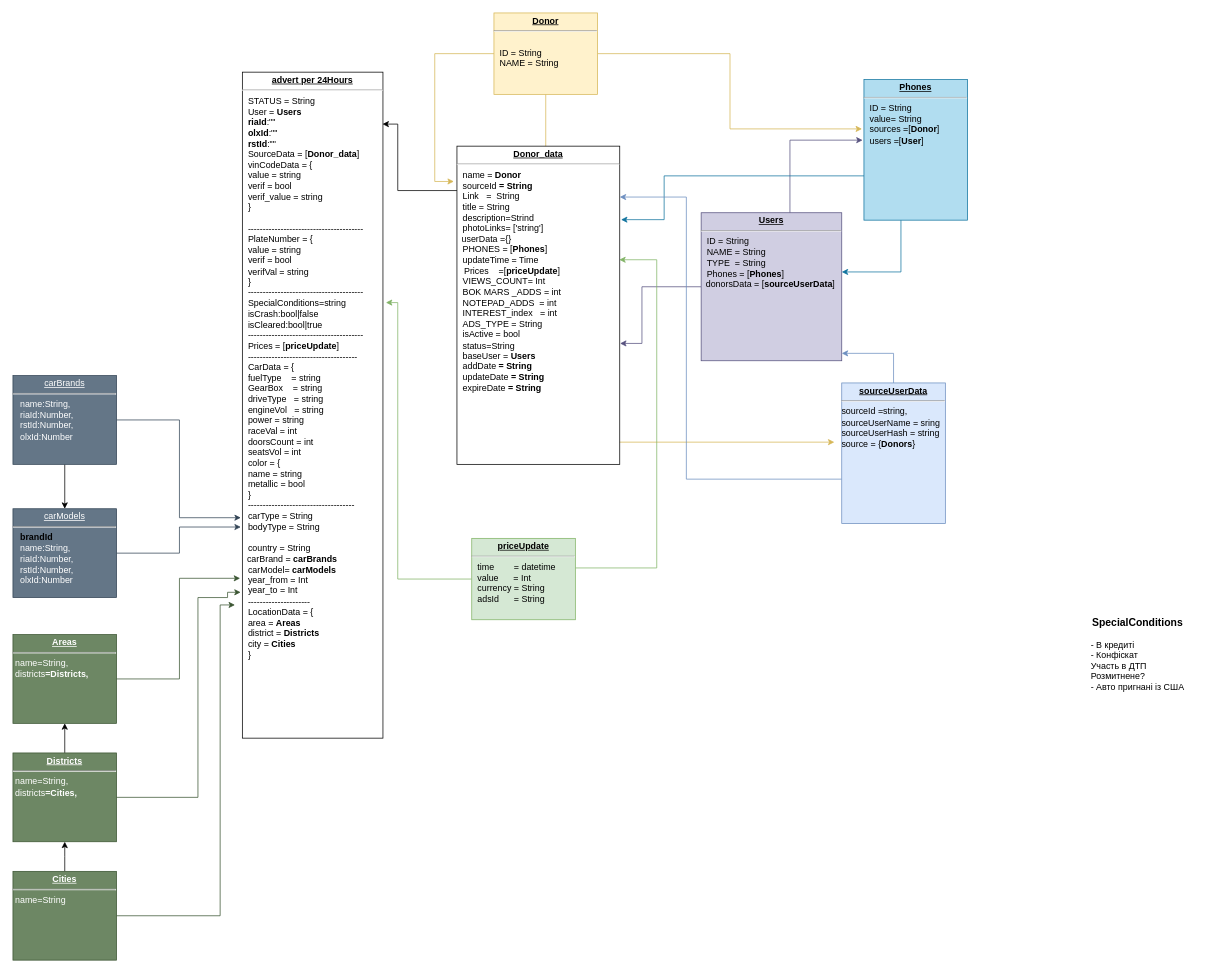
Dromich/car_dog_diagram keeps this draw.io diagram as .drawio. Above is the earlier version. Source tidied: cells renumbered, new cells numbered last; positions are measured from the earlier drawing's top-left corner, leaving out a move shared by most shapes. Both pictures are drawn from the tidied source at 74%, with x=0, y=0 at pixel (13, 13).
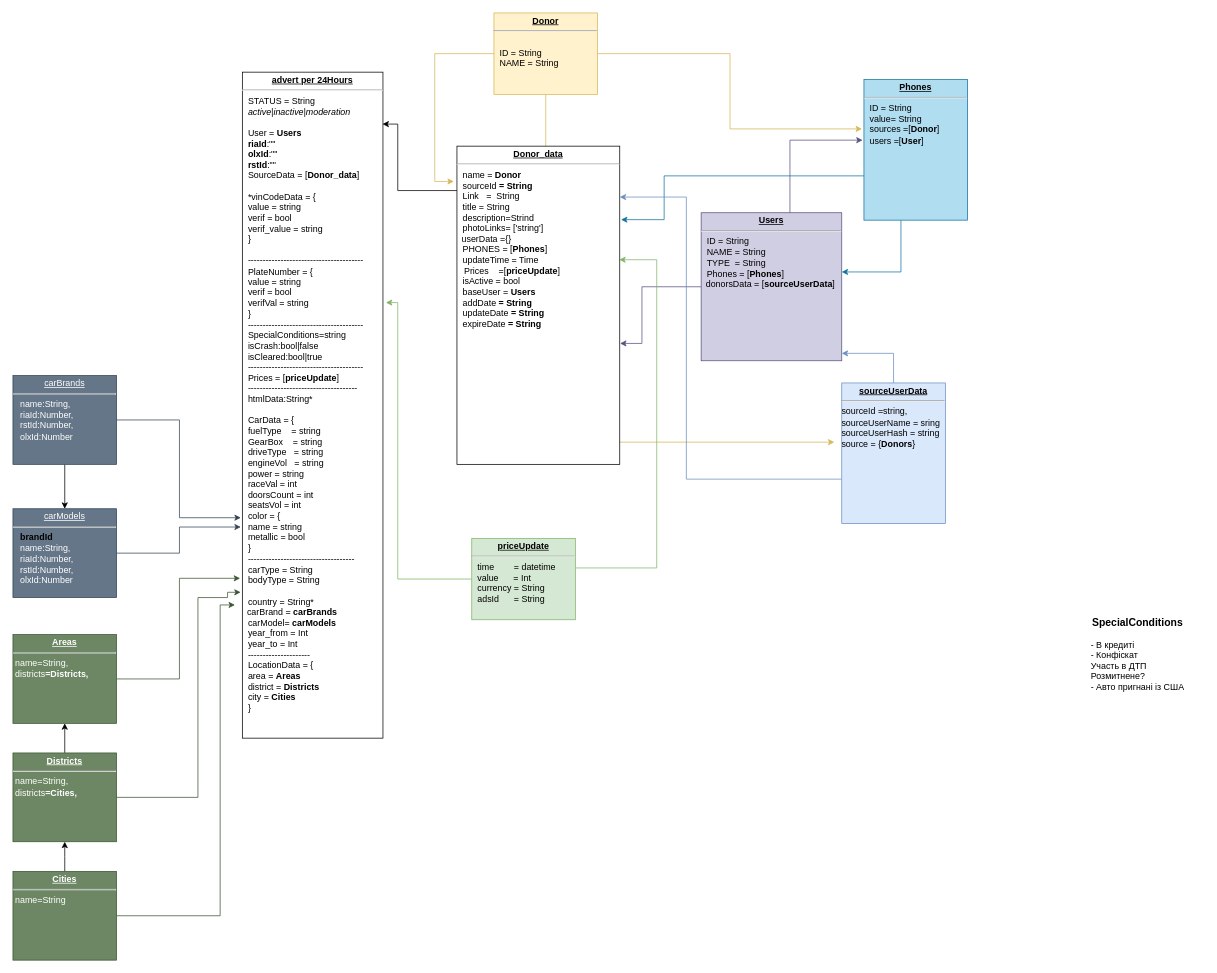
The same diagram, later.

Diff of the diagram source:
```diff
@@
-    <mxCell id="2" value="&lt;p style=&quot;margin: 0px ; margin-top: 4px ; text-align: center ; text-decoration: underline&quot;&gt;&lt;b&gt;advert per 24Hours&lt;/b&gt;&lt;br&gt;&lt;/p&gt;&lt;hr&gt;&lt;p style=&quot;margin: 0px ; margin-left: 8px&quot;&gt;STATUS = String&lt;br&gt;&lt;/p&gt;&lt;p style=&quot;margin: 0px ; margin-left: 8px&quot;&gt;User = &lt;b&gt;Users&lt;/b&gt;&lt;/p&gt;&lt;p style=&quot;margin: 0px ; margin-left: 8px&quot;&gt;&lt;b&gt;riaId&lt;/b&gt;:&quot;&quot;&lt;/p&gt;&lt;p style=&quot;margin: 0px ; margin-left: 8px&quot;&gt;&lt;b&gt;olxId&lt;/b&gt;:&quot;&quot;&lt;/p&gt;&lt;p style=&quot;margin: 0px ; margin-left: 8px&quot;&gt;&lt;b&gt;rstId&lt;/b&gt;:&quot;&quot;&lt;br&gt;&lt;/p&gt;&lt;p style=&quot;margin: 0px ; margin-left: 8px&quot;&gt;SourceData = [&lt;b&gt;Donor_data&lt;/b&gt;]&lt;br&gt;&lt;/p&gt;&lt;p style=&quot;margin: 0px ; margin-left: 8px&quot;&gt;vinCodeData = {&lt;/p&gt;&lt;p style=&quot;margin: 0px ; margin-left: 8px&quot;&gt;&lt;span&gt; &lt;span&gt; &lt;/span&gt;value = string&lt;br&gt;&lt;span&gt; &lt;/span&gt;&lt;span&gt; &lt;/span&gt;verif   = bool&lt;/span&gt;&lt;/p&gt;&lt;p style=&quot;margin: 0px ; margin-left: 8px&quot;&gt;&lt;span&gt;&lt;span&gt; &lt;/span&gt;verif_value = string&lt;br&gt;&lt;/span&gt;&lt;/p&gt;&lt;p style=&quot;margin: 0px ; margin-left: 8px&quot;&gt;&lt;span&gt;&lt;span&gt; &lt;/span&gt;&lt;span&gt; &lt;/span&gt;}&lt;/span&gt;&lt;/p&gt;&lt;p style=&quot;margin: 0px ; margin-left: 8px&quot;&gt;&lt;br&gt;&lt;/p&gt;&lt;p style=&quot;margin: 0px ; margin-left: 8px&quot;&gt;&lt;span&gt;---------------------------------------&lt;br&gt;&lt;/span&gt;&lt;/p&gt;&lt;p style=&quot;margin: 0px ; margin-left: 8px&quot;&gt;PlateNumber = {&lt;/p&gt;&lt;p style=&quot;margin: 0px ; margin-left: 8px&quot;&gt;&lt;span&gt; &lt;/span&gt;value = string&lt;br&gt;&lt;span&gt; &lt;/span&gt;verif = bool&lt;br&gt;&lt;span&gt; &lt;/span&gt;verifVal = string&lt;br&gt;&lt;/p&gt;&lt;p style=&quot;margin: 0px ; margin-left: 8px&quot;&gt;&lt;span&gt; &lt;/span&gt;}&lt;/p&gt;&lt;p style=&quot;margin: 0px ; margin-left: 8px&quot;&gt;---------------------------------------&lt;br&gt;&lt;/p&gt;&lt;p style=&quot;margin: 0px 0px 0px 8px&quot;&gt;SpecialСonditions=string&lt;/p&gt;&lt;p style=&quot;margin: 0px 0px 0px 8px&quot;&gt;isCrash:bool|false&lt;/p&gt;&lt;p style=&quot;margin: 0px 0px 0px 8px&quot;&gt;isCleared:bool|true&lt;br&gt;&lt;/p&gt;&lt;p style=&quot;margin: 0px ; margin-left: 8px&quot;&gt;---------------------------------------&lt;br&gt;&lt;/p&gt;&lt;p style=&quot;margin: 0px ; margin-left: 8px&quot;&gt;Prices = [&lt;b&gt;priceUpdate&lt;/b&gt;]&lt;br&gt;&lt;/p&gt;&lt;p style=&quot;margin: 0px ; margin-left: 8px&quot;&gt;-------------------------------------&lt;/p&gt;&lt;p style=&quot;margin: 0px ; margin-left: 8px&quot;&gt;CarData = {&lt;/p&gt;&lt;p style=&quot;margin: 0px ; margin-left: 8px&quot;&gt;&lt;span&gt; &lt;/span&gt;fuelType&amp;nbsp;&amp;nbsp;&amp;nbsp; = string&lt;/p&gt;&lt;p style=&quot;margin: 0px ; margin-left: 8px&quot;&gt;GearBox&amp;nbsp;&amp;nbsp;&amp;nbsp; = string&lt;/p&gt;&lt;p style=&quot;margin: 0px ; margin-left: 8px&quot;&gt;driveType&amp;nbsp;&amp;nbsp; = string&lt;/p&gt;&lt;p style=&quot;margin: 0px ; margin-left: 8px&quot;&gt;engineVol&amp;nbsp;&amp;nbsp; = string&lt;/p&gt;&lt;p style=&quot;margin: 0px ; margin-left: 8px&quot;&gt;power = string&lt;br&gt;&lt;/p&gt;&lt;p style=&quot;margin: 0px ; margin-left: 8px&quot;&gt;raceVal = int&lt;/p&gt;&lt;p style=&quot;margin: 0px ; margin-left: 8px&quot;&gt;doorsCount = int&lt;/p&gt;&lt;p style=&quot;margin: 0px ; margin-left: 8px&quot;&gt;seatsVol = int&lt;/p&gt;&lt;p style=&quot;margin: 0px ; margin-left: 8px&quot;&gt;color = {&lt;/p&gt;&lt;p style=&quot;margin: 0px ; margin-left: 8px&quot;&gt;name = string&lt;/p&gt;&lt;p style=&quot;margin: 0px ; margin-left: 8px&quot;&gt;metallic = bool&lt;br&gt;&lt;/p&gt;&lt;p style=&quot;margin: 0px ; margin-left: 8px&quot;&gt;}&lt;/p&gt;&lt;p style=&quot;margin: 0px ; margin-left: 8px&quot;&gt;------------------------------------&lt;/p&gt;&lt;p style=&quot;margin: 0px ; margin-left: 8px&quot;&gt;&lt;span style=&quot;background-color: rgb(255 , 255 , 255)&quot;&gt;carType = String&lt;/span&gt;&lt;/p&gt;&lt;p style=&quot;margin: 0px ; margin-left: 8px&quot;&gt;bodyType = String&lt;/p&gt;&lt;p style=&quot;margin: 0px ; margin-left: 8px&quot;&gt;&lt;br&gt;&lt;/p&gt;&lt;p style=&quot;margin: 0px ; margin-left: 8px&quot;&gt;country = String&lt;/p&gt;&amp;nbsp; carBrand = &lt;b&gt;carBrands&lt;/b&gt;&lt;br&gt;&lt;p style=&quot;margin: 0px ; margin-left: 8px&quot;&gt;carModel= &lt;b&gt;carModels&lt;/b&gt;&lt;br&gt;&lt;/p&gt;&lt;p style=&quot;margin: 0px ; margin-left: 8px&quot;&gt;year_from = Int&lt;/p&gt;&lt;p style=&quot;margin: 0px ; margin-left: 8px&quot;&gt;year_to = Int&lt;/p&gt;&lt;p style=&quot;margin: 0px ; margin-left: 8px&quot;&gt;&lt;span&gt; &lt;/span&gt;---------------------&lt;/p&gt;&lt;p style=&quot;margin: 0px ; margin-left: 8px&quot;&gt;LocationData = {&lt;/p&gt;&lt;p style=&quot;margin: 0px ; margin-left: 8px&quot;&gt;area = &lt;b&gt;Areas&lt;/b&gt;&lt;br&gt;&lt;/p&gt;&lt;p style=&quot;margin: 0px ; margin-left: 8px&quot;&gt;district = &lt;b&gt;Districts&lt;/b&gt;&lt;br&gt;&lt;/p&gt;&lt;p style=&quot;margin: 0px ; margin-left: 8px&quot;&gt;city = &lt;b&gt;Cities&lt;/b&gt;&lt;br&gt;&lt;/p&gt;&lt;p style=&quot;margin: 0px ; margin-left: 8px&quot;&gt;}&lt;/p&gt;&lt;p style=&quot;margin: 0px ; margin-left: 8px&quot;&gt;&lt;br&gt;&lt;/p&gt;&lt;p style=&quot;margin: 0px ; margin-left: 8px&quot;&gt;&lt;br&gt;&lt;/p&gt;&lt;p style=&quot;margin: 0px ; margin-left: 8px&quot;&gt;&lt;br&gt;&lt;/p&gt;&lt;p style=&quot;margin: 0px ; margin-left: 8px&quot;&gt;&lt;br&gt;&lt;/p&gt;&lt;p style=&quot;margin: 0px ; margin-left: 8px&quot;&gt;&lt;br&gt;&lt;/p&gt;&lt;p style=&quot;margin: 0px ; margin-left: 8px&quot;&gt;&lt;br&gt;&lt;/p&gt;" style="verticalAlign=top;align=left;overflow=fill;fontSize=12;fontFamily=Helvetica;html=1;rounded=0;shadow=0;comic=0;labelBackgroundColor=none;strokeWidth=1;" parent="1" vertex="1">
+    <mxCell id="2" value="&lt;p style=&quot;margin: 0px ; margin-top: 4px ; text-align: center ; text-decoration: underline&quot;&gt;&lt;b&gt;advert per 24Hours&lt;/b&gt;&lt;br&gt;&lt;/p&gt;&lt;hr&gt;&lt;p style=&quot;margin: 0px ; margin-left: 8px&quot;&gt;STATUS = String &lt;br&gt;&lt;/p&gt;&lt;p style=&quot;margin: 0px ; margin-left: 8px&quot;&gt;&lt;i&gt;active|inactive|moderation&lt;/i&gt;&lt;br&gt;&lt;/p&gt;&lt;p style=&quot;margin: 0px ; margin-left: 8px&quot;&gt;&lt;br&gt;&lt;/p&gt;&lt;p style=&quot;margin: 0px ; margin-left: 8px&quot;&gt;User = &lt;b&gt;Users&lt;/b&gt;&lt;/p&gt;&lt;p style=&quot;margin: 0px ; margin-left: 8px&quot;&gt;&lt;b&gt;riaId&lt;/b&gt;:&quot;&quot;&lt;/p&gt;&lt;p style=&quot;margin: 0px ; margin-left: 8px&quot;&gt;&lt;b&gt;olxId&lt;/b&gt;:&quot;&quot;&lt;/p&gt;&lt;p style=&quot;margin: 0px ; margin-left: 8px&quot;&gt;&lt;b&gt;rstId&lt;/b&gt;:&quot;&quot;&lt;br&gt;&lt;/p&gt;&lt;p style=&quot;margin: 0px ; margin-left: 8px&quot;&gt;SourceData = [&lt;b&gt;Donor_data&lt;/b&gt;]&lt;br&gt;&lt;/p&gt;&lt;p style=&quot;margin: 0px ; margin-left: 8px&quot;&gt;&lt;br&gt;&lt;/p&gt;&lt;p style=&quot;margin: 0px ; margin-left: 8px&quot;&gt;*vinCodeData = {&lt;/p&gt;&lt;p style=&quot;margin: 0px ; margin-left: 8px&quot;&gt;&lt;span&gt; &lt;span&gt; &lt;/span&gt;value = string&lt;br&gt;&lt;span&gt; &lt;/span&gt;&lt;span&gt; &lt;/span&gt;verif   = bool&lt;/span&gt;&lt;/p&gt;&lt;p style=&quot;margin: 0px ; margin-left: 8px&quot;&gt;&lt;span&gt;&lt;span&gt; &lt;/span&gt;verif_value = string&lt;br&gt;&lt;/span&gt;&lt;/p&gt;&lt;p style=&quot;margin: 0px ; margin-left: 8px&quot;&gt;&lt;span&gt;&lt;span&gt; &lt;/span&gt;&lt;span&gt; &lt;/span&gt;}&lt;/span&gt;&lt;/p&gt;&lt;p style=&quot;margin: 0px ; margin-left: 8px&quot;&gt;&lt;br&gt;&lt;/p&gt;&lt;p style=&quot;margin: 0px ; margin-left: 8px&quot;&gt;&lt;span&gt;---------------------------------------&lt;br&gt;&lt;/span&gt;&lt;/p&gt;&lt;p style=&quot;margin: 0px ; margin-left: 8px&quot;&gt;PlateNumber = {&lt;/p&gt;&lt;p style=&quot;margin: 0px ; margin-left: 8px&quot;&gt;&lt;span&gt; &lt;/span&gt;value = string&lt;br&gt;&lt;span&gt; &lt;/span&gt;verif = bool&lt;br&gt;&lt;span&gt; &lt;/span&gt;verifVal = string&lt;br&gt;&lt;/p&gt;&lt;p style=&quot;margin: 0px ; margin-left: 8px&quot;&gt;&lt;span&gt; &lt;/span&gt;}&lt;/p&gt;&lt;p style=&quot;margin: 0px ; margin-left: 8px&quot;&gt;---------------------------------------&lt;br&gt;&lt;/p&gt;&lt;p style=&quot;margin: 0px 0px 0px 8px&quot;&gt;SpecialСonditions=string&lt;/p&gt;&lt;p style=&quot;margin: 0px 0px 0px 8px&quot;&gt;isCrash:bool|false&lt;/p&gt;&lt;p style=&quot;margin: 0px 0px 0px 8px&quot;&gt;isCleared:bool|true&lt;br&gt;&lt;/p&gt;&lt;p style=&quot;margin: 0px ; margin-left: 8px&quot;&gt;---------------------------------------&lt;br&gt;&lt;/p&gt;&lt;p style=&quot;margin: 0px ; margin-left: 8px&quot;&gt;Prices = [&lt;b&gt;priceUpdate&lt;/b&gt;]&lt;br&gt;&lt;/p&gt;&lt;p style=&quot;margin: 0px ; margin-left: 8px&quot;&gt;-------------------------------------&lt;/p&gt;&lt;p style=&quot;margin: 0px ; margin-left: 8px&quot;&gt;htmlData:String*&lt;/p&gt;&lt;p style=&quot;margin: 0px ; margin-left: 8px&quot;&gt;&lt;br&gt;&lt;/p&gt;&lt;p style=&quot;margin: 0px ; margin-left: 8px&quot;&gt;CarData = {&lt;/p&gt;&lt;p style=&quot;margin: 0px ; margin-left: 8px&quot;&gt;&lt;span&gt; &lt;/span&gt;fuelType&amp;nbsp;&amp;nbsp;&amp;nbsp; = string&lt;/p&gt;&lt;p style=&quot;margin: 0px ; margin-left: 8px&quot;&gt;GearBox&amp;nbsp;&amp;nbsp;&amp;nbsp; = string&lt;/p&gt;&lt;p style=&quot;margin: 0px ; margin-left: 8px&quot;&gt;driveType&amp;nbsp;&amp;nbsp; = string&lt;/p&gt;&lt;p style=&quot;margin: 0px ; margin-left: 8px&quot;&gt;engineVol&amp;nbsp;&amp;nbsp; = string&lt;/p&gt;&lt;p style=&quot;margin: 0px ; margin-left: 8px&quot;&gt;power = string&lt;br&gt;&lt;/p&gt;&lt;p style=&quot;margin: 0px ; margin-left: 8px&quot;&gt;raceVal = int&lt;/p&gt;&lt;p style=&quot;margin: 0px ; margin-left: 8px&quot;&gt;doorsCount = int&lt;/p&gt;&lt;p style=&quot;margin: 0px ; margin-left: 8px&quot;&gt;seatsVol = int&lt;/p&gt;&lt;p style=&quot;margin: 0px ; margin-left: 8px&quot;&gt;color = {&lt;/p&gt;&lt;p style=&quot;margin: 0px ; margin-left: 8px&quot;&gt;name = string&lt;/p&gt;&lt;p style=&quot;margin: 0px ; margin-left: 8px&quot;&gt;metallic = bool&lt;br&gt;&lt;/p&gt;&lt;p style=&quot;margin: 0px ; margin-left: 8px&quot;&gt;}&lt;/p&gt;&lt;p style=&quot;margin: 0px ; margin-left: 8px&quot;&gt;------------------------------------&lt;/p&gt;&lt;p style=&quot;margin: 0px ; margin-left: 8px&quot;&gt;&lt;span style=&quot;background-color: rgb(255 , 255 , 255)&quot;&gt;carType = String&lt;/span&gt;&lt;/p&gt;&lt;p style=&quot;margin: 0px ; margin-left: 8px&quot;&gt;bodyType = String&lt;/p&gt;&lt;p style=&quot;margin: 0px ; margin-left: 8px&quot;&gt;&lt;br&gt;&lt;/p&gt;&lt;p style=&quot;margin: 0px ; margin-left: 8px&quot;&gt;country = String*&lt;/p&gt;&amp;nbsp; carBrand = &lt;b&gt;carBrands&lt;/b&gt;&lt;br&gt;&lt;p style=&quot;margin: 0px ; margin-left: 8px&quot;&gt;carModel= &lt;b&gt;carModels&lt;/b&gt;&lt;br&gt;&lt;/p&gt;&lt;p style=&quot;margin: 0px ; margin-left: 8px&quot;&gt;year_from = Int&lt;/p&gt;&lt;p style=&quot;margin: 0px ; margin-left: 8px&quot;&gt;year_to = Int&lt;/p&gt;&lt;p style=&quot;margin: 0px ; margin-left: 8px&quot;&gt;&lt;span&gt; &lt;/span&gt;---------------------&lt;/p&gt;&lt;p style=&quot;margin: 0px ; margin-left: 8px&quot;&gt;LocationData = {&lt;/p&gt;&lt;p style=&quot;margin: 0px ; margin-left: 8px&quot;&gt;area = &lt;b&gt;Areas&lt;/b&gt;&lt;br&gt;&lt;/p&gt;&lt;p style=&quot;margin: 0px ; margin-left: 8px&quot;&gt;district = &lt;b&gt;Districts&lt;/b&gt;&lt;br&gt;&lt;/p&gt;&lt;p style=&quot;margin: 0px ; margin-left: 8px&quot;&gt;city = &lt;b&gt;Cities&lt;/b&gt;&lt;br&gt;&lt;/p&gt;&lt;p style=&quot;margin: 0px ; margin-left: 8px&quot;&gt;}&lt;/p&gt;&lt;p style=&quot;margin: 0px ; margin-left: 8px&quot;&gt;&lt;br&gt;&lt;/p&gt;&lt;p style=&quot;margin: 0px ; margin-left: 8px&quot;&gt;&lt;br&gt;&lt;/p&gt;&lt;p style=&quot;margin: 0px ; margin-left: 8px&quot;&gt;&lt;br&gt;&lt;/p&gt;&lt;p style=&quot;margin: 0px ; margin-left: 8px&quot;&gt;&lt;br&gt;&lt;/p&gt;&lt;p style=&quot;margin: 0px ; margin-left: 8px&quot;&gt;&lt;br&gt;&lt;/p&gt;&lt;p style=&quot;margin: 0px ; margin-left: 8px&quot;&gt;&lt;br&gt;&lt;/p&gt;" style="verticalAlign=top;align=left;overflow=fill;fontSize=12;fontFamily=Helvetica;html=1;rounded=0;shadow=0;comic=0;labelBackgroundColor=none;strokeWidth=1;" parent="1" vertex="1">
       <mxGeometry x="310" y="80" width="190" height="900" as="geometry" />
     </mxCell>
@@
-    <mxCell id="11" value="&lt;p style=&quot;margin: 0px ; margin-top: 4px ; text-align: center ; text-decoration: underline&quot;&gt;&lt;b&gt;Donor_data&lt;/b&gt;&lt;/p&gt;&lt;hr&gt;&lt;p style=&quot;margin: 0px ; margin-left: 8px&quot;&gt;name = &lt;b&gt;Donor&lt;/b&gt;&lt;/p&gt;&lt;p style=&quot;margin: 0px ; margin-left: 8px&quot;&gt;sourceId&lt;b&gt; = String&lt;br&gt;&lt;/b&gt;&lt;/p&gt;&lt;p style=&quot;margin: 0px ; margin-left: 8px&quot;&gt;Link &amp;nbsp; =&amp;nbsp; String&lt;/p&gt;&lt;p style=&quot;margin: 0px ; margin-left: 8px&quot;&gt;title = String&lt;/p&gt;&lt;p style=&quot;margin: 0px ; margin-left: 8px&quot;&gt;description=Strind&lt;/p&gt;&lt;p style=&quot;margin: 0px ; margin-left: 8px&quot;&gt;photoLinks= ['string']&lt;br&gt;&lt;/p&gt;&amp;nbsp; userData ={}&lt;br&gt;&lt;p style=&quot;margin: 0px ; margin-left: 8px&quot;&gt;PHONES = [&lt;b&gt;Phones&lt;/b&gt;]&lt;br&gt;&lt;/p&gt;&lt;p style=&quot;margin: 0px ; margin-left: 8px&quot;&gt;updateTime = Time&lt;/p&gt;&amp;nbsp;&amp;nbsp; Prices&amp;nbsp;&amp;nbsp;&amp;nbsp; =[&lt;b&gt;priceUpdate&lt;/b&gt;]&lt;p style=&quot;margin: 0px ; margin-left: 8px&quot;&gt;VIEWS_COUNT= Int&lt;/p&gt;&lt;p style=&quot;margin: 0px ; margin-left: 8px&quot;&gt;BOK MARS _ADDS = int&lt;/p&gt;&lt;p style=&quot;margin: 0px ; margin-left: 8px&quot;&gt;NOTEPAD_ADDS&amp;nbsp; = int&lt;/p&gt;&lt;p style=&quot;margin: 0px ; margin-left: 8px&quot;&gt;INTEREST_index&amp;nbsp;&amp;nbsp; = int&lt;br&gt;ADS_TYPE = String&lt;/p&gt;&lt;p style=&quot;margin: 0px ; margin-left: 8px&quot;&gt;isActive = bool&lt;/p&gt;&lt;p style=&quot;margin: 0px ; margin-left: 8px&quot;&gt;status=String&lt;/p&gt;&lt;p style=&quot;margin: 0px ; margin-left: 8px&quot;&gt;baseUser = &lt;b&gt;Users&lt;/b&gt;&lt;/p&gt;&lt;p style=&quot;margin: 0px ; margin-left: 8px&quot;&gt;addDate&lt;b&gt; = String&lt;/b&gt;&lt;br&gt;&lt;/p&gt;&lt;p style=&quot;margin: 0px ; margin-left: 8px&quot;&gt;updateDate&lt;b&gt; = String&lt;/b&gt;&lt;/p&gt;&lt;p style=&quot;margin: 0px ; margin-left: 8px&quot;&gt;expireDate&lt;b&gt; = String&lt;br&gt;&lt;/b&gt;&lt;/p&gt;&lt;p style=&quot;margin: 0px ; margin-left: 8px&quot;&gt;&lt;b&gt;&lt;br&gt;&lt;/b&gt;&lt;/p&gt;&lt;p style=&quot;margin: 0px ; margin-left: 8px&quot;&gt;&lt;/p&gt;&lt;p style=&quot;margin: 0px ; margin-left: 8px&quot;&gt;&lt;br&gt;&lt;/p&gt;" style="verticalAlign=top;align=left;overflow=fill;fontSize=12;fontFamily=Helvetica;html=1;rounded=0;shadow=0;comic=0;labelBackgroundColor=none;strokeWidth=1;" parent="1" vertex="1">
+    <mxCell id="11" value="&lt;p style=&quot;margin: 0px ; margin-top: 4px ; text-align: center ; text-decoration: underline&quot;&gt;&lt;b&gt;Donor_data&lt;/b&gt;&lt;/p&gt;&lt;hr&gt;&lt;p style=&quot;margin: 0px ; margin-left: 8px&quot;&gt;name = &lt;b&gt;Donor&lt;/b&gt;&lt;/p&gt;&lt;p style=&quot;margin: 0px ; margin-left: 8px&quot;&gt;sourceId&lt;b&gt; = String&lt;br&gt;&lt;/b&gt;&lt;/p&gt;&lt;p style=&quot;margin: 0px ; margin-left: 8px&quot;&gt;Link &amp;nbsp; =&amp;nbsp; String&lt;/p&gt;&lt;p style=&quot;margin: 0px ; margin-left: 8px&quot;&gt;title = String&lt;/p&gt;&lt;p style=&quot;margin: 0px ; margin-left: 8px&quot;&gt;description=Strind&lt;/p&gt;&lt;p style=&quot;margin: 0px ; margin-left: 8px&quot;&gt;photoLinks= ['string']&lt;br&gt;&lt;/p&gt;&amp;nbsp; userData ={}&lt;br&gt;&lt;p style=&quot;margin: 0px ; margin-left: 8px&quot;&gt;PHONES = [&lt;b&gt;Phones&lt;/b&gt;]&lt;br&gt;&lt;/p&gt;&lt;p style=&quot;margin: 0px ; margin-left: 8px&quot;&gt;updateTime = Time&lt;/p&gt;&amp;nbsp;&amp;nbsp; Prices&amp;nbsp;&amp;nbsp;&amp;nbsp; =[&lt;b&gt;priceUpdate&lt;/b&gt;]&lt;p style=&quot;margin: 0px ; margin-left: 8px&quot;&gt;isActive = bool&lt;/p&gt;&lt;p style=&quot;margin: 0px ; margin-left: 8px&quot;&gt;baseUser = &lt;b&gt;Users&lt;/b&gt;&lt;/p&gt;&lt;p style=&quot;margin: 0px ; margin-left: 8px&quot;&gt;addDate&lt;b&gt; = String&lt;/b&gt;&lt;br&gt;&lt;/p&gt;&lt;p style=&quot;margin: 0px ; margin-left: 8px&quot;&gt;updateDate&lt;b&gt; = String&lt;/b&gt;&lt;/p&gt;&lt;p style=&quot;margin: 0px ; margin-left: 8px&quot;&gt;expireDate&lt;b&gt; = String&lt;br&gt;&lt;/b&gt;&lt;/p&gt;&lt;p style=&quot;margin: 0px ; margin-left: 8px&quot;&gt;&lt;b&gt;&lt;br&gt;&lt;/b&gt;&lt;/p&gt;&lt;p style=&quot;margin: 0px ; margin-left: 8px&quot;&gt;&lt;/p&gt;&lt;p style=&quot;margin: 0px ; margin-left: 8px&quot;&gt;&lt;br&gt;&lt;/p&gt;" style="verticalAlign=top;align=left;overflow=fill;fontSize=12;fontFamily=Helvetica;html=1;rounded=0;shadow=0;comic=0;labelBackgroundColor=none;strokeWidth=1;" parent="1" vertex="1">
       <mxGeometry x="600" y="180" width="220" height="430" as="geometry" />
     </mxCell>
```
